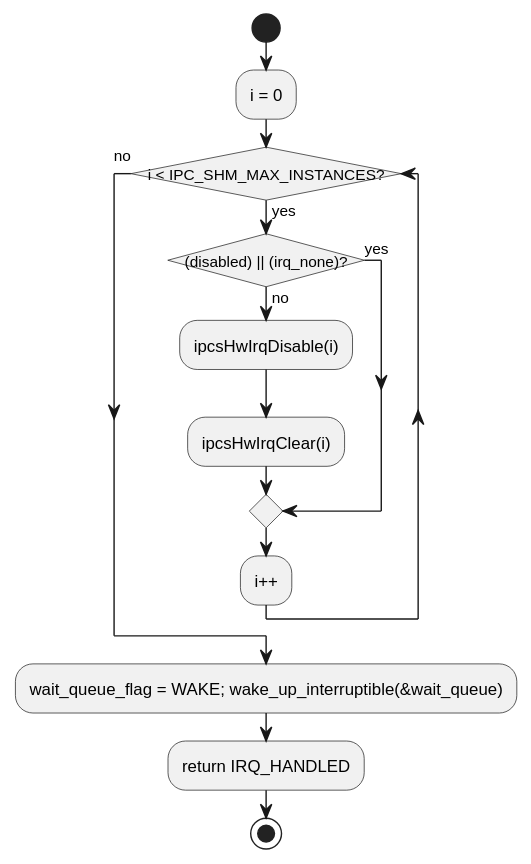
Mastang1/sad_sdd_proj keeps this PlantUML diagram as c1_sdd_linux-ipcs/cursor_tmp/flow_svgs/linux_6_5_12_ipcsShmHardirq.svg. Above is the earlier version.
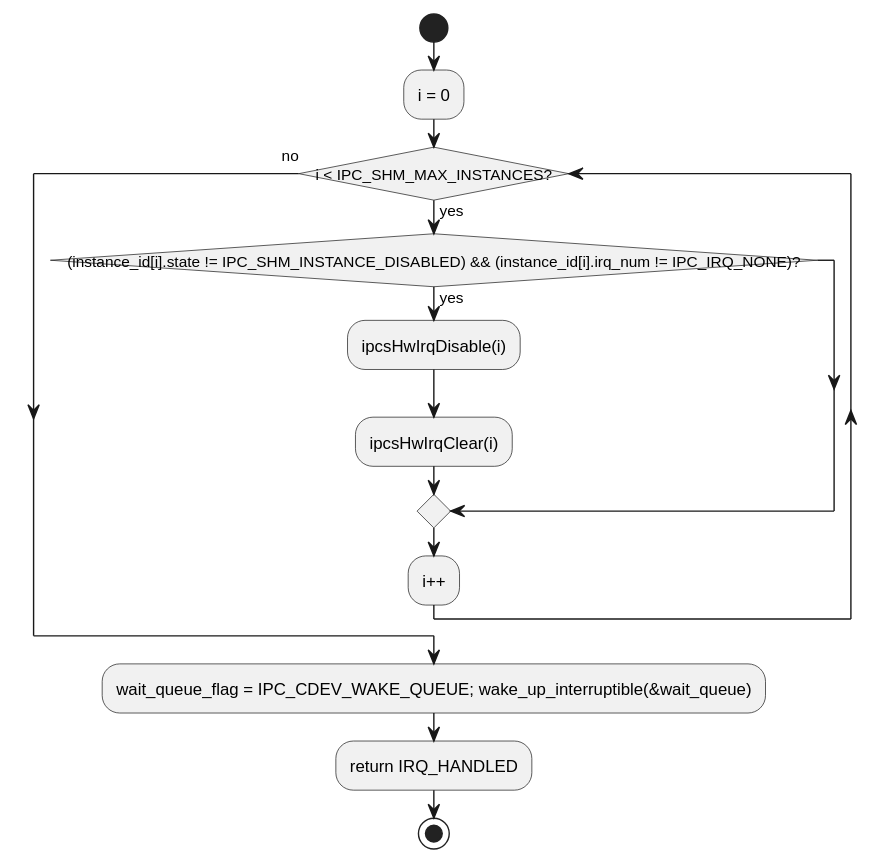
The same file after the commit.

Change to the diagram source:
```diff
@@ -5,14 +5,13 @@
 start
 :i = 0;
 while (i < IPC_SHM_MAX_INSTANCES?) is (yes)
-  if ((disabled) || (irq_none)?) then (yes)
-  else (no)
+  if ((instance_id[i].state != IPC_SHM_INSTANCE_DISABLED) && (instance_id[i].irq_num != IPC_IRQ_NONE)?) then (yes)
     :ipcsHwIrqDisable(i);
     :ipcsHwIrqClear(i);
   endif
   :i++;
 endwhile (no)
-:wait_queue_flag = WAKE; wake_up_interruptible(&wait_queue);
+:wait_queue_flag = IPC_CDEV_WAKE_QUEUE; wake_up_interruptible(&wait_queue);
 :return IRQ_HANDLED;
 stop
 @enduml
```
